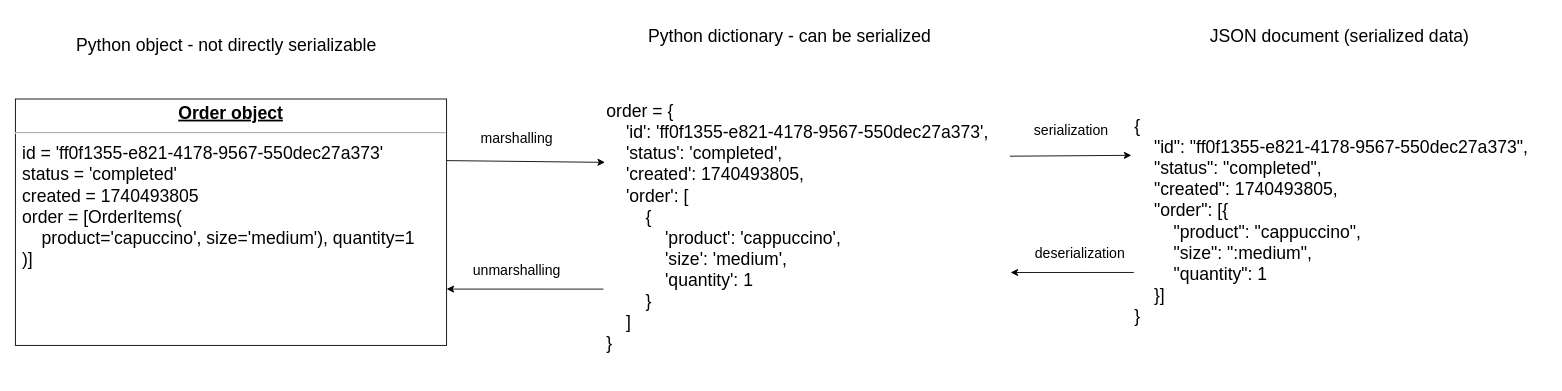
The draw.io diagram page "2.8" (9 of 12) of ch02.drawio in abunuwas/microservices-apis-img, before the edit. Source tidied: cells renumbered, new cells numbered last; positions are measured from the earlier drawing's top-left corner, leaving out a move shared by most shapes. Both pictures are drawn from the tidied source at 88%, with x=0, y=0 at pixel (15, 15).
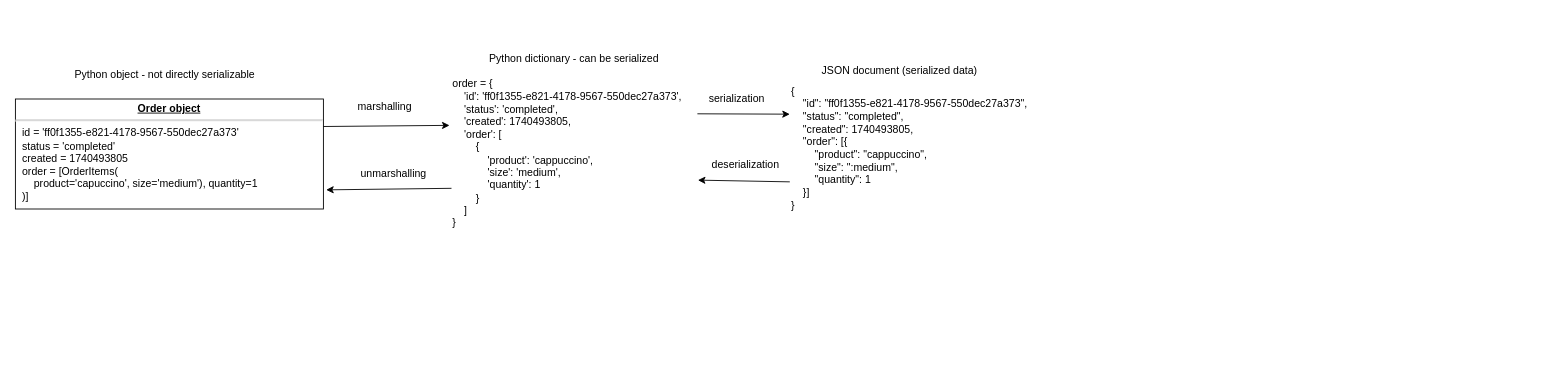
After the change.

Change to the diagram source:
```diff
@@
 <mxGraphModel>
   <root>
     <mxCell id="0" />
     <mxCell id="1" parent="0" />
-    <mxCell id="2" value="&lt;div style=&quot;font-size: 20px&quot;&gt;&lt;font style=&quot;font-size: 20px&quot;&gt;order = {&amp;nbsp;&lt;/font&gt;&lt;/div&gt;&lt;div style=&quot;font-size: 20px&quot;&gt;&lt;font style=&quot;font-size: 20px&quot;&gt;&amp;nbsp; &amp;nbsp; 'id': 'ff0f1355-e821-4178-9567-550dec27a373',&lt;/font&gt;&lt;/div&gt;&lt;div style=&quot;font-size: 20px&quot;&gt;&lt;font style=&quot;font-size: 20px&quot;&gt;&amp;nbsp; &amp;nbsp; 'status': 'completed',&lt;/font&gt;&lt;/div&gt;&lt;div style=&quot;font-size: 20px&quot;&gt;&lt;font style=&quot;font-size: 20px&quot;&gt;&amp;nbsp; &amp;nbsp; 'created': 1740493805,&lt;/font&gt;&lt;/div&gt;&lt;div style=&quot;font-size: 20px&quot;&gt;&lt;font style=&quot;font-size: 20px&quot;&gt;&amp;nbsp; &amp;nbsp; 'order': [&lt;/font&gt;&lt;/div&gt;&lt;div style=&quot;font-size: 20px&quot;&gt;&lt;font style=&quot;font-size: 20px&quot;&gt;&amp;nbsp; &amp;nbsp; &amp;nbsp; &amp;nbsp; {&lt;/font&gt;&lt;/div&gt;&lt;div style=&quot;font-size: 20px&quot;&gt;&lt;font style=&quot;font-size: 20px&quot;&gt;&amp;nbsp; &amp;nbsp; &amp;nbsp; &amp;nbsp; &amp;nbsp; &amp;nbsp; 'product': 'cappuccino',&lt;/font&gt;&lt;/div&gt;&lt;div style=&quot;font-size: 20px&quot;&gt;&lt;font style=&quot;font-size: 20px&quot;&gt;&amp;nbsp; &amp;nbsp; &amp;nbsp; &amp;nbsp; &amp;nbsp; &amp;nbsp; 'size': 'medium',&lt;/font&gt;&lt;/div&gt;&lt;div style=&quot;font-size: 20px&quot;&gt;&lt;font style=&quot;font-size: 20px&quot;&gt;&amp;nbsp; &amp;nbsp; &amp;nbsp; &amp;nbsp; &amp;nbsp; &amp;nbsp; 'quantity': 1&lt;/font&gt;&lt;/div&gt;&lt;div style=&quot;font-size: 20px&quot;&gt;&lt;font style=&quot;font-size: 20px&quot;&gt;&amp;nbsp; &amp;nbsp; &amp;nbsp; &amp;nbsp; }&lt;/font&gt;&lt;/div&gt;&lt;div style=&quot;font-size: 20px&quot;&gt;&lt;font style=&quot;font-size: 20px&quot;&gt;&amp;nbsp; &amp;nbsp; ]&lt;/font&gt;&lt;/div&gt;&lt;div style=&quot;font-size: 20px&quot;&gt;&lt;font style=&quot;font-size: 20px&quot;&gt;}&lt;/font&gt;&lt;/div&gt;" style="text;html=1;fillColor=none;align=left;verticalAlign=middle;whiteSpace=wrap;rounded=0;" parent="1" vertex="1">
-      <mxGeometry x="670" y="80" width="460" height="320" as="geometry" />
+    <mxCell id="2" value="&lt;div style=&quot;font-size: 12px;&quot;&gt;&lt;font style=&quot;font-size: 12px;&quot;&gt;order = {&amp;nbsp;&lt;/font&gt;&lt;/div&gt;&lt;div style=&quot;font-size: 12px;&quot;&gt;&lt;font style=&quot;font-size: 12px;&quot;&gt;&amp;nbsp; &amp;nbsp; 'id': 'ff0f1355-e821-4178-9567-550dec27a373',&lt;/font&gt;&lt;/div&gt;&lt;div style=&quot;font-size: 12px;&quot;&gt;&lt;font style=&quot;font-size: 12px;&quot;&gt;&amp;nbsp; &amp;nbsp; 'status': 'completed',&lt;/font&gt;&lt;/div&gt;&lt;div style=&quot;font-size: 12px;&quot;&gt;&lt;font style=&quot;font-size: 12px;&quot;&gt;&amp;nbsp; &amp;nbsp; 'created': 1740493805,&lt;/font&gt;&lt;/div&gt;&lt;div style=&quot;font-size: 12px;&quot;&gt;&lt;font style=&quot;font-size: 12px;&quot;&gt;&amp;nbsp; &amp;nbsp; 'order': [&lt;/font&gt;&lt;/div&gt;&lt;div style=&quot;font-size: 12px;&quot;&gt;&lt;font style=&quot;font-size: 12px;&quot;&gt;&amp;nbsp; &amp;nbsp; &amp;nbsp; &amp;nbsp; {&lt;/font&gt;&lt;/div&gt;&lt;div style=&quot;font-size: 12px;&quot;&gt;&lt;font style=&quot;font-size: 12px;&quot;&gt;&amp;nbsp; &amp;nbsp; &amp;nbsp; &amp;nbsp; &amp;nbsp; &amp;nbsp; 'product': 'cappuccino',&lt;/font&gt;&lt;/div&gt;&lt;div style=&quot;font-size: 12px;&quot;&gt;&lt;font style=&quot;font-size: 12px;&quot;&gt;&amp;nbsp; &amp;nbsp; &amp;nbsp; &amp;nbsp; &amp;nbsp; &amp;nbsp; 'size': 'medium',&lt;/font&gt;&lt;/div&gt;&lt;div style=&quot;font-size: 12px;&quot;&gt;&lt;font style=&quot;font-size: 12px;&quot;&gt;&amp;nbsp; &amp;nbsp; &amp;nbsp; &amp;nbsp; &amp;nbsp; &amp;nbsp; 'quantity': 1&lt;/font&gt;&lt;/div&gt;&lt;div style=&quot;font-size: 12px;&quot;&gt;&lt;font style=&quot;font-size: 12px;&quot;&gt;&amp;nbsp; &amp;nbsp; &amp;nbsp; &amp;nbsp; }&lt;/font&gt;&lt;/div&gt;&lt;div style=&quot;font-size: 12px;&quot;&gt;&lt;font style=&quot;font-size: 12px;&quot;&gt;&amp;nbsp; &amp;nbsp; ]&lt;/font&gt;&lt;/div&gt;&lt;div style=&quot;font-size: 12px;&quot;&gt;&lt;font style=&quot;font-size: 12px;&quot;&gt;}&lt;/font&gt;&lt;/div&gt;" style="text;html=1;fillColor=none;align=left;verticalAlign=middle;whiteSpace=wrap;rounded=0;fontSize=12;" parent="1" vertex="1">
+      <mxGeometry x="495" y="66.2" width="280" height="182.5" as="geometry" />
     </mxCell>
-    <mxCell id="3" value="&lt;p style=&quot;margin: 4px 0px 0px ; text-align: center ; text-decoration: underline ; font-size: 20px&quot;&gt;&lt;b&gt;&lt;font style=&quot;font-size: 20px&quot;&gt;Order object&lt;/font&gt;&lt;/b&gt;&lt;/p&gt;&lt;hr style=&quot;font-size: 20px&quot;&gt;&lt;p style=&quot;margin: 0px 0px 0px 8px ; font-size: 20px&quot;&gt;&lt;font style=&quot;font-size: 20px&quot;&gt;id =&amp;nbsp;&lt;span&gt;'ff0f1355-e821-4178-9567-550dec27a373'&lt;/span&gt;&lt;br&gt;status = 'completed'&lt;br&gt;created =&amp;nbsp;&lt;/font&gt;&lt;span&gt;1740493805&lt;/span&gt;&lt;/p&gt;&lt;p style=&quot;margin: 0px 0px 0px 8px ; font-size: 20px&quot;&gt;&lt;font style=&quot;font-size: 20px&quot;&gt;order = [OrderItems(&lt;/font&gt;&lt;/p&gt;&lt;p style=&quot;margin: 0px 0px 0px 8px ; font-size: 20px&quot;&gt;&lt;font style=&quot;font-size: 20px&quot;&gt;&amp;nbsp; &amp;nbsp; product='capuccino', size='medium'), quantity=1&lt;/font&gt;&lt;/p&gt;&lt;p style=&quot;margin: 0px 0px 0px 8px ; font-size: 20px&quot;&gt;&lt;font style=&quot;font-size: 20px&quot;&gt;)]&lt;/font&gt;&lt;/p&gt;" style="verticalAlign=top;align=left;overflow=fill;fontSize=12;fontFamily=Helvetica;html=1;strokeColor=#000000;strokeWidth=1;" parent="1" vertex="1">
-      <mxGeometry y="95" width="490" height="280" as="geometry" />
+    <mxCell id="3" value="&lt;p style=&quot;margin: 4px 0px 0px; text-align: center; text-decoration: underline; font-size: 12px;&quot;&gt;&lt;b style=&quot;font-size: 12px;&quot;&gt;&lt;font style=&quot;font-size: 12px;&quot;&gt;Order object&lt;/font&gt;&lt;/b&gt;&lt;/p&gt;&lt;hr style=&quot;font-size: 12px;&quot;&gt;&lt;p style=&quot;margin: 0px 0px 0px 8px; font-size: 12px;&quot;&gt;&lt;font style=&quot;font-size: 12px;&quot;&gt;id =&amp;nbsp;&lt;span style=&quot;font-size: 12px;&quot;&gt;'ff0f1355-e821-4178-9567-550dec27a373'&lt;/span&gt;&lt;br style=&quot;font-size: 12px;&quot;&gt;status = 'completed'&lt;br style=&quot;font-size: 12px;&quot;&gt;created =&amp;nbsp;&lt;/font&gt;&lt;span style=&quot;font-size: 12px;&quot;&gt;1740493805&lt;/span&gt;&lt;/p&gt;&lt;p style=&quot;margin: 0px 0px 0px 8px; font-size: 12px;&quot;&gt;&lt;font style=&quot;font-size: 12px;&quot;&gt;order = [OrderItems(&lt;/font&gt;&lt;/p&gt;&lt;p style=&quot;margin: 0px 0px 0px 8px; font-size: 12px;&quot;&gt;&lt;font style=&quot;font-size: 12px;&quot;&gt;&amp;nbsp; &amp;nbsp; product='capuccino', size='medium'), quantity=1&lt;/font&gt;&lt;/p&gt;&lt;p style=&quot;margin: 0px 0px 0px 8px; font-size: 12px;&quot;&gt;&lt;font style=&quot;font-size: 12px;&quot;&gt;)]&lt;/font&gt;&lt;/p&gt;" style="verticalAlign=top;align=left;overflow=fill;fontSize=12;fontFamily=Helvetica;html=1;strokeColor=#000000;strokeWidth=1;" parent="1" vertex="1">
+      <mxGeometry y="95" width="350" height="125" as="geometry" />
     </mxCell>
-    <mxCell id="4" style="endArrow=classic;html=1;exitX=1;exitY=0.25;exitDx=0;exitDy=0;" parent="1" edge="1" source="3">
-      <mxGeometry relative="1" as="geometry">
-        <mxPoint x="670" y="167" as="targetPoint" />
-      </mxGeometry>
+    <mxCell id="4" style="endArrow=classic;html=1;exitX=1;exitY=0.25;exitDx=0;exitDy=0;fontSize=12;entryX=-0.006;entryY=0.322;entryDx=0;entryDy=0;entryPerimeter=0;" parent="1" edge="1" source="3" target="2">
+      <mxGeometry relative="1" as="geometry" />
     </mxCell>
-    <mxCell id="5" value="&lt;div style=&quot;font-size: 20px&quot;&gt;&lt;font style=&quot;font-size: 20px&quot;&gt;{&lt;/font&gt;&lt;/div&gt;&lt;div style=&quot;font-size: 20px&quot;&gt;&lt;font style=&quot;font-size: 20px&quot;&gt;&lt;span&gt;&lt;/span&gt;&amp;nbsp; &amp;nbsp; &quot;id&quot;: &quot;ff0f1355-e821-4178-9567-550dec27a373&quot;,&lt;/font&gt;&lt;/div&gt;&lt;div style=&quot;font-size: 20px&quot;&gt;&lt;font style=&quot;font-size: 20px&quot;&gt;&lt;span&gt;&lt;/span&gt;&amp;nbsp; &amp;nbsp; &quot;status&quot;: &quot;completed&quot;,&lt;/font&gt;&lt;/div&gt;&lt;div style=&quot;font-size: 20px&quot;&gt;&lt;font style=&quot;font-size: 20px&quot;&gt;&lt;span&gt;&lt;/span&gt;&amp;nbsp; &amp;nbsp; &quot;created&quot;: 1740493805,&lt;/font&gt;&lt;/div&gt;&lt;div style=&quot;font-size: 20px&quot;&gt;&lt;font style=&quot;font-size: 20px&quot;&gt;&lt;span&gt;&lt;/span&gt;&amp;nbsp; &amp;nbsp; &quot;order&quot;: [{&lt;/font&gt;&lt;/div&gt;&lt;div style=&quot;font-size: 20px&quot;&gt;&lt;font style=&quot;font-size: 20px&quot;&gt;&lt;span&gt;&lt;/span&gt;&amp;nbsp; &amp;nbsp; &amp;nbsp; &amp;nbsp; &quot;product&quot;: &quot;cappuccino&quot;,&lt;/font&gt;&lt;/div&gt;&lt;div style=&quot;font-size: 20px&quot;&gt;&lt;font style=&quot;font-size: 20px&quot;&gt;&lt;span&gt;&lt;/span&gt;&amp;nbsp; &amp;nbsp; &amp;nbsp; &amp;nbsp; &quot;size&quot;: &quot;:medium&quot;,&lt;/font&gt;&lt;/div&gt;&lt;div style=&quot;font-size: 20px&quot;&gt;&lt;font style=&quot;font-size: 20px&quot;&gt;&lt;span&gt;&lt;/span&gt;&amp;nbsp; &amp;nbsp; &amp;nbsp; &amp;nbsp; &quot;quantity&quot;: 1&lt;/font&gt;&lt;/div&gt;&lt;div style=&quot;font-size: 20px&quot;&gt;&lt;font style=&quot;font-size: 20px&quot;&gt;&lt;span&gt;&lt;/span&gt;&amp;nbsp; &amp;nbsp; }]&lt;/font&gt;&lt;/div&gt;&lt;div style=&quot;font-size: 20px&quot;&gt;&lt;font style=&quot;font-size: 20px&quot;&gt;}&lt;/font&gt;&lt;/div&gt;" style="text;html=1;fillColor=none;align=left;verticalAlign=middle;whiteSpace=wrap;rounded=0;" parent="1" vertex="1">
-      <mxGeometry x="1270" y="55" width="470" height="355" as="geometry" />
+    <mxCell id="5" value="&lt;div style=&quot;font-size: 12px;&quot;&gt;&lt;font style=&quot;font-size: 12px;&quot;&gt;{&lt;/font&gt;&lt;/div&gt;&lt;div style=&quot;font-size: 12px;&quot;&gt;&lt;font style=&quot;font-size: 12px;&quot;&gt;&lt;span style=&quot;font-size: 12px;&quot;&gt;&lt;/span&gt;&amp;nbsp; &amp;nbsp; &quot;id&quot;: &quot;ff0f1355-e821-4178-9567-550dec27a373&quot;,&lt;/font&gt;&lt;/div&gt;&lt;div style=&quot;font-size: 12px;&quot;&gt;&lt;font style=&quot;font-size: 12px;&quot;&gt;&lt;span style=&quot;font-size: 12px;&quot;&gt;&lt;/span&gt;&amp;nbsp; &amp;nbsp; &quot;status&quot;: &quot;completed&quot;,&lt;/font&gt;&lt;/div&gt;&lt;div style=&quot;font-size: 12px;&quot;&gt;&lt;font style=&quot;font-size: 12px;&quot;&gt;&lt;span style=&quot;font-size: 12px;&quot;&gt;&lt;/span&gt;&amp;nbsp; &amp;nbsp; &quot;created&quot;: 1740493805,&lt;/font&gt;&lt;/div&gt;&lt;div style=&quot;font-size: 12px;&quot;&gt;&lt;font style=&quot;font-size: 12px;&quot;&gt;&lt;span style=&quot;font-size: 12px;&quot;&gt;&lt;/span&gt;&amp;nbsp; &amp;nbsp; &quot;order&quot;: [{&lt;/font&gt;&lt;/div&gt;&lt;div style=&quot;font-size: 12px;&quot;&gt;&lt;font style=&quot;font-size: 12px;&quot;&gt;&lt;span style=&quot;font-size: 12px;&quot;&gt;&lt;/span&gt;&amp;nbsp; &amp;nbsp; &amp;nbsp; &amp;nbsp; &quot;product&quot;: &quot;cappuccino&quot;,&lt;/font&gt;&lt;/div&gt;&lt;div style=&quot;font-size: 12px;&quot;&gt;&lt;font style=&quot;font-size: 12px;&quot;&gt;&lt;span style=&quot;font-size: 12px;&quot;&gt;&lt;/span&gt;&amp;nbsp; &amp;nbsp; &amp;nbsp; &amp;nbsp; &quot;size&quot;: &quot;:medium&quot;,&lt;/font&gt;&lt;/div&gt;&lt;div style=&quot;font-size: 12px;&quot;&gt;&lt;font style=&quot;font-size: 12px;&quot;&gt;&lt;span style=&quot;font-size: 12px;&quot;&gt;&lt;/span&gt;&amp;nbsp; &amp;nbsp; &amp;nbsp; &amp;nbsp; &quot;quantity&quot;: 1&lt;/font&gt;&lt;/div&gt;&lt;div style=&quot;font-size: 12px;&quot;&gt;&lt;font style=&quot;font-size: 12px;&quot;&gt;&lt;span style=&quot;font-size: 12px;&quot;&gt;&lt;/span&gt;&amp;nbsp; &amp;nbsp; }]&lt;/font&gt;&lt;/div&gt;&lt;div style=&quot;font-size: 12px;&quot;&gt;&lt;font style=&quot;font-size: 12px;&quot;&gt;}&lt;/font&gt;&lt;/div&gt;" style="text;html=1;fillColor=none;align=left;verticalAlign=middle;whiteSpace=wrap;rounded=0;fontSize=12;" parent="1" vertex="1">
+      <mxGeometry x="880" y="73.8" width="290" height="153.8" as="geometry" />
     </mxCell>
-    <mxCell id="6" style="endArrow=classic;html=1;exitX=1;exitY=0.25;exitDx=0;exitDy=0;entryX=-0.004;entryY=0.293;entryDx=0;entryDy=0;entryPerimeter=0;" parent="1" edge="1" source="2" target="5">
+    <mxCell id="6" style="endArrow=classic;html=1;exitX=1;exitY=0.25;exitDx=0;exitDy=0;entryX=0;entryY=0.25;entryDx=0;entryDy=0;fontSize=12;" parent="1" edge="1" source="2" target="5">
       <mxGeometry relative="1" as="geometry" />
     </mxCell>
-    <mxCell id="7" style="endArrow=classic;html=1;exitX=0.002;exitY=0.668;exitDx=0;exitDy=0;exitPerimeter=0;entryX=1.002;entryY=0.663;entryDx=0;entryDy=0;entryPerimeter=0;" parent="1" edge="1" source="5" target="2">
+    <mxCell id="7" style="endArrow=classic;html=1;exitX=0;exitY=0.75;exitDx=0;exitDy=0;entryX=1.002;entryY=0.663;entryDx=0;entryDy=0;entryPerimeter=0;fontSize=12;" parent="1" edge="1" source="5" target="2">
       <mxGeometry relative="1" as="geometry" />
     </mxCell>
-    <mxCell id="8" style="endArrow=classic;html=1;exitX=-0.004;exitY=0.722;exitDx=0;exitDy=0;exitPerimeter=0;" parent="1" edge="1" source="2">
-      <mxGeometry relative="1" as="geometry">
-        <mxPoint x="490" y="311" as="targetPoint" />
-      </mxGeometry>
+    <mxCell id="8" style="endArrow=classic;html=1;exitX=0.002;exitY=0.714;exitDx=0;exitDy=0;exitPerimeter=0;fontSize=12;entryX=1.009;entryY=0.826;entryDx=0;entryDy=0;entryPerimeter=0;" parent="1" edge="1" source="2" target="3">
+      <mxGeometry relative="1" as="geometry" />
     </mxCell>
-    <mxCell id="9" value="&lt;font style=&quot;font-size: 16px&quot;&gt;marshalling&lt;/font&gt;" style="text;html=1;strokeColor=none;fillColor=none;align=center;verticalAlign=middle;whiteSpace=wrap;rounded=0;" parent="1" vertex="1">
-      <mxGeometry x="510" y="130" width="120" height="20" as="geometry" />
+    <mxCell id="9" value="&lt;font style=&quot;font-size: 12px;&quot;&gt;marshalling&lt;/font&gt;" style="text;html=1;strokeColor=none;fillColor=none;align=center;verticalAlign=middle;whiteSpace=wrap;rounded=0;fontSize=12;" parent="1" vertex="1">
+      <mxGeometry x="360" y="93.8" width="120" height="20" as="geometry" />
     </mxCell>
-    <mxCell id="10" value="&lt;font style=&quot;font-size: 16px&quot;&gt;unmarshalling&lt;/font&gt;" style="text;html=1;strokeColor=none;fillColor=none;align=center;verticalAlign=middle;whiteSpace=wrap;rounded=0;" parent="1" vertex="1">
-      <mxGeometry x="510" y="280" width="120" height="20" as="geometry" />
+    <mxCell id="10" value="&lt;font style=&quot;font-size: 12px;&quot;&gt;unmarshalling&lt;/font&gt;" style="text;html=1;strokeColor=none;fillColor=none;align=center;verticalAlign=middle;whiteSpace=wrap;rounded=0;fontSize=12;" parent="1" vertex="1">
+      <mxGeometry x="370" y="170" width="120" height="20" as="geometry" />
     </mxCell>
-    <mxCell id="11" value="&lt;font style=&quot;font-size: 16px&quot;&gt;serialization&lt;/font&gt;" style="text;html=1;strokeColor=none;fillColor=none;align=center;verticalAlign=middle;whiteSpace=wrap;rounded=0;" parent="1" vertex="1">
-      <mxGeometry x="1140" y="120" width="120" height="20" as="geometry" />
+    <mxCell id="11" value="&lt;font style=&quot;font-size: 12px;&quot;&gt;serialization&lt;/font&gt;" style="text;html=1;strokeColor=none;fillColor=none;align=center;verticalAlign=middle;whiteSpace=wrap;rounded=0;fontSize=12;" parent="1" vertex="1">
+      <mxGeometry x="760" y="85" width="120" height="20" as="geometry" />
     </mxCell>
-    <mxCell id="12" value="&lt;font style=&quot;font-size: 16px&quot;&gt;deserialization&lt;/font&gt;" style="text;html=1;strokeColor=none;fillColor=none;align=center;verticalAlign=middle;whiteSpace=wrap;rounded=0;" parent="1" vertex="1">
-      <mxGeometry x="1150" y="260" width="120" height="20" as="geometry" />
+    <mxCell id="12" value="&lt;font style=&quot;font-size: 12px;&quot;&gt;deserialization&lt;/font&gt;" style="text;html=1;strokeColor=none;fillColor=none;align=center;verticalAlign=middle;whiteSpace=wrap;rounded=0;fontSize=12;" parent="1" vertex="1">
+      <mxGeometry x="770" y="160" width="120" height="20" as="geometry" />
     </mxCell>
-    <mxCell id="13" value="&lt;font style=&quot;font-size: 20px&quot;&gt;Python object - not directly serializable&lt;/font&gt;" style="text;html=1;strokeColor=none;fillColor=none;align=center;verticalAlign=middle;whiteSpace=wrap;rounded=0;" parent="1" vertex="1">
-      <mxGeometry x="20" y="10" width="440" height="45" as="geometry" />
+    <mxCell id="13" value="&lt;font style=&quot;font-size: 12px;&quot;&gt;Python object - not directly serializable&lt;/font&gt;" style="text;html=1;strokeColor=none;fillColor=none;align=center;verticalAlign=middle;whiteSpace=wrap;rounded=0;fontSize=12;" parent="1" vertex="1">
+      <mxGeometry y="45" width="340" height="45" as="geometry" />
     </mxCell>
-    <mxCell id="14" value="&lt;font style=&quot;font-size: 20px&quot;&gt;Python dictionary - can be serialized&lt;/font&gt;" style="text;html=1;strokeColor=none;fillColor=none;align=center;verticalAlign=middle;whiteSpace=wrap;rounded=0;" parent="1" vertex="1">
-      <mxGeometry x="660" width="440" height="45" as="geometry" />
+    <mxCell id="14" value="&lt;font style=&quot;font-size: 12px;&quot;&gt;Python dictionary - can be serialized&lt;/font&gt;" style="text;html=1;strokeColor=none;fillColor=none;align=center;verticalAlign=middle;whiteSpace=wrap;rounded=0;fontSize=12;" parent="1" vertex="1">
+      <mxGeometry x="520" y="26.2" width="230" height="47.5" as="geometry" />
     </mxCell>
-    <mxCell id="15" value="&lt;font style=&quot;font-size: 20px&quot;&gt;JSON document (serialized data)&lt;/font&gt;" style="text;html=1;strokeColor=none;fillColor=none;align=center;verticalAlign=middle;whiteSpace=wrap;rounded=0;" parent="1" vertex="1">
-      <mxGeometry x="1285" width="440" height="45" as="geometry" />
+    <mxCell id="15" value="&lt;font style=&quot;font-size: 12px;&quot;&gt;JSON document (serialized data)&lt;/font&gt;" style="text;html=1;strokeColor=none;fillColor=none;align=center;verticalAlign=middle;whiteSpace=wrap;rounded=0;fontSize=12;" parent="1" vertex="1">
+      <mxGeometry x="880" y="40" width="250" height="45" as="geometry" />
     </mxCell>
   </root>
 </mxGraphModel>
```
